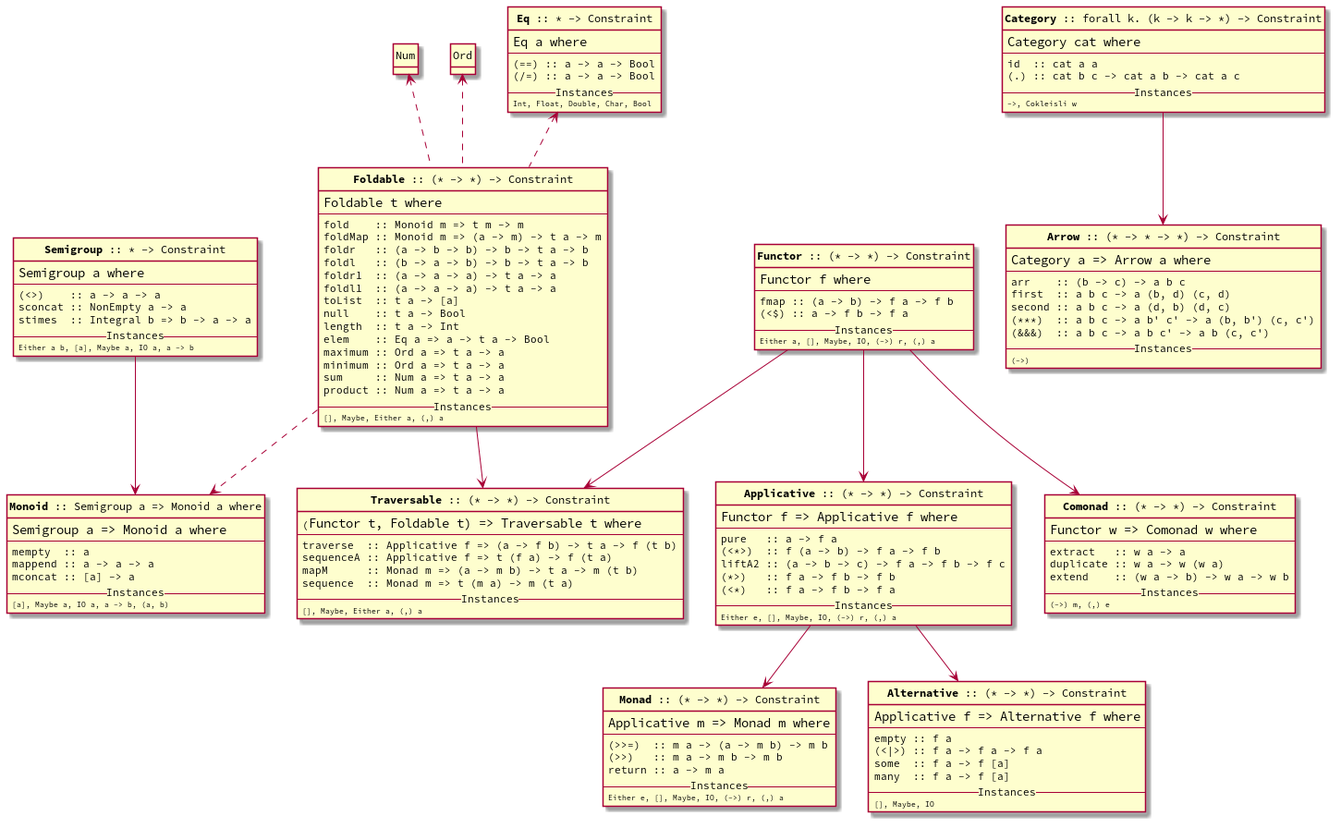
The PlantUML diagram atlas.png in dustinlacewell/haskell-typeclass-atlas, before a commit.
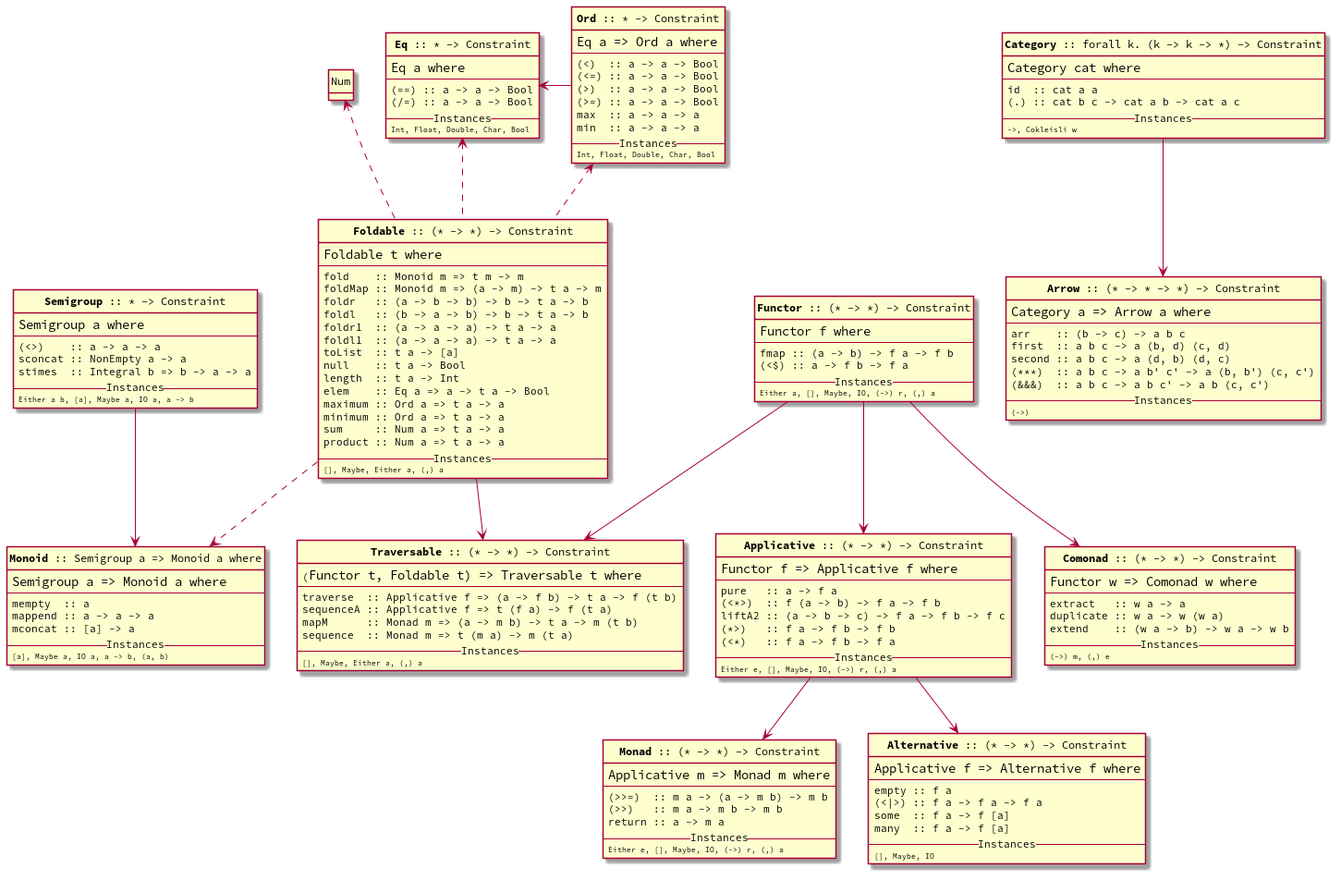
After the change.

Commit message:
Fill out Ord and Num

Diff of the diagram source:
```diff
@@ -6,6 +6,7 @@
 skinparam defaultFontName "Source Code Pro"
 
 class Eq as "**Eq** :: * -> Constraint"
+class Ord as "**Ord** :: * -> Constraint"
 class Semigroup as "**Semigroup** :: * -> Constraint"
 class Monoid as "**Monoid** :: Semigroup a => Monoid a where"
 class Functor as "**Functor** :: (* -> *) -> Constraint"
@@ -23,6 +24,21 @@
         ---
         (==) :: a -> a -> Bool
         (/=) :: a -> a -> Bool
+        --Instances--
+        <size:8>Int, Float, Double, Char, Bool</size>
+}
+
+Ord --left> Eq
+
+class Ord {
+        <size:14>Eq a => Ord a where</size>
+        ---
+        (<)  :: a -> a -> Bool
+        (<=) :: a -> a -> Bool
+        (>)  :: a -> a -> Bool
+        (>=) :: a -> a -> Bool
+        max  :: a -> a -> a
+        min  :: a -> a -> a
         --Instances--
         <size:8>Int, Float, Double, Char, Bool</size>
 }
```
